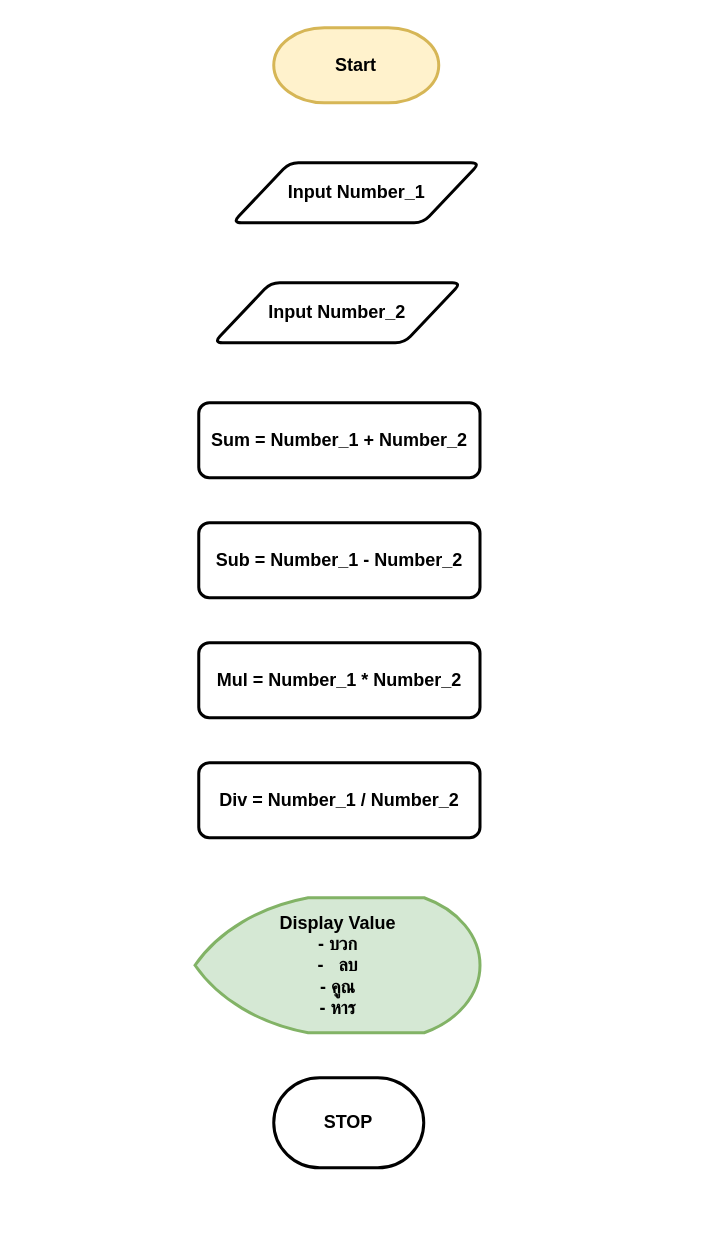
Earlier version of the draw.io diagram ผลรวม.drawio (inherthz/LearningByDoing). Source tidied: cells renumbered, new cells numbered last; positions are measured from the earlier drawing's top-left corner, leaving out a move shared by most shapes. Both pictures are drawn from the tidied source at 150%, with x=0, y=0 at pixel (195, 27).
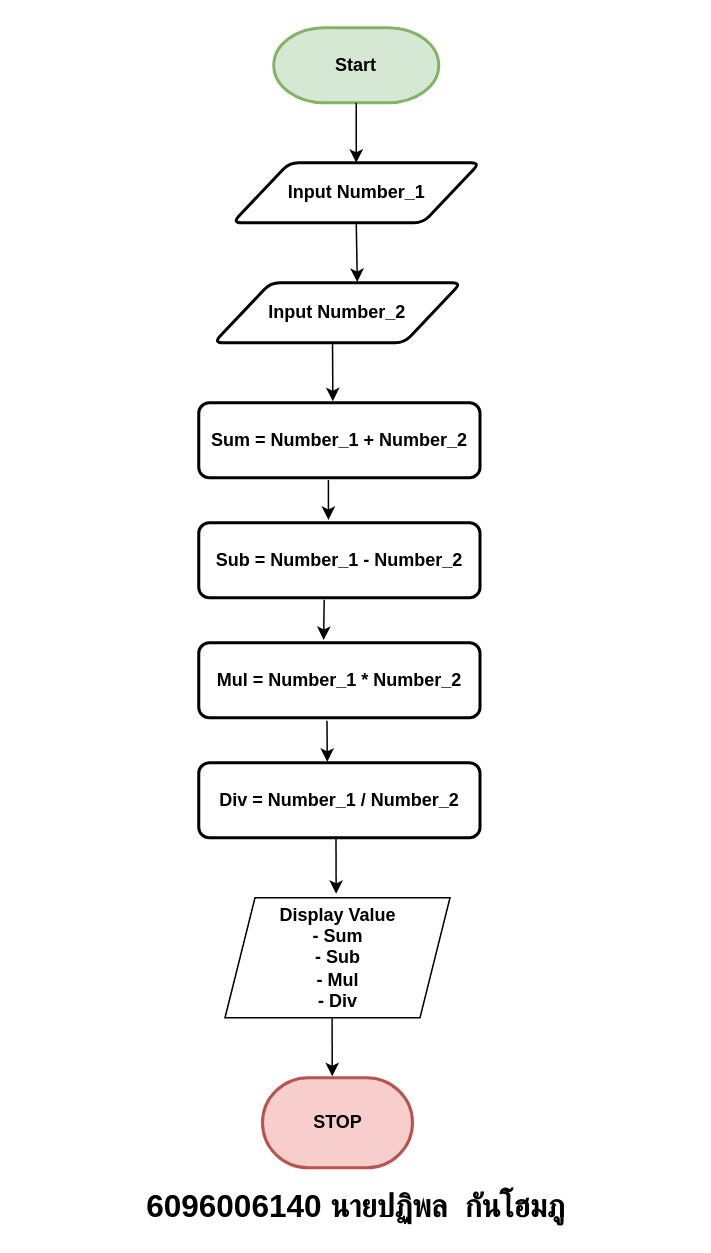
The same diagram, later.

Unchanged cells that the change refers to:
```xml
<mxCell id="3" value="Input Number_1" style="shape=parallelogram;html=1;strokeWidth=2;perimeter=parallelogramPerimeter;whiteSpace=wrap;rounded=1;arcSize=12;size=0.23;fontStyle=1;" parent="1" vertex="1">
  <mxGeometry x="24.5" y="90" width="165" height="40" as="geometry" />
</mxCell>
<mxCell id="4" value="Input Number_2" style="shape=parallelogram;html=1;strokeWidth=2;perimeter=parallelogramPerimeter;whiteSpace=wrap;rounded=1;arcSize=12;size=0.23;fontStyle=1;" parent="1" vertex="1">
  <mxGeometry x="12" y="170" width="165" height="40" as="geometry" />
</mxCell>
<mxCell id="5" value="Sum = Number_1 + Number_2" style="rounded=1;whiteSpace=wrap;html=1;absoluteArcSize=1;arcSize=14;strokeWidth=2;fontStyle=1;" parent="1" vertex="1">
  <mxGeometry x="2" y="250" width="187.5" height="50" as="geometry" />
</mxCell>
<mxCell id="6" value="Sub = Number_1 - Number_2" style="rounded=1;whiteSpace=wrap;html=1;absoluteArcSize=1;arcSize=14;strokeWidth=2;fontStyle=1;" parent="1" vertex="1">
  <mxGeometry x="2" y="330" width="187.5" height="50" as="geometry" />
</mxCell>
<mxCell id="7" value="Mul = Number_1 * Number_2" style="rounded=1;whiteSpace=wrap;html=1;absoluteArcSize=1;arcSize=14;strokeWidth=2;fontStyle=1;" parent="1" vertex="1">
  <mxGeometry x="2" y="410" width="187.5" height="50" as="geometry" />
</mxCell>
<mxCell id="8" value="Div = Number_1 / Number_2" style="rounded=1;whiteSpace=wrap;html=1;absoluteArcSize=1;arcSize=14;strokeWidth=2;fontStyle=1;" parent="1" vertex="1">
  <mxGeometry x="2" y="490" width="187.5" height="50" as="geometry" />
</mxCell>
```

What changed in the source:
```diff
@@
-    <mxCell id="2" value="Start" style="strokeWidth=2;html=1;shape=mxgraph.flowchart.terminator;whiteSpace=wrap;fontStyle=1;fillColor=#fff2cc;strokeColor=#d6b656;" parent="1" vertex="1">
+    <mxCell id="2" value="Start" style="strokeWidth=2;html=1;shape=mxgraph.flowchart.terminator;whiteSpace=wrap;fontStyle=1;fillColor=#d5e8d4;strokeColor=#82b366;" parent="1" vertex="1">
       <mxGeometry x="52" width="110" height="50" as="geometry" />
     </mxCell>
@@
-    <mxCell id="9" value="Display Value&lt;br&gt;- บวก&lt;br&gt;-&amp;nbsp; &amp;nbsp;ลบ&lt;br&gt;- คูณ&lt;br&gt;- หาร" style="strokeWidth=2;html=1;shape=mxgraph.flowchart.display;whiteSpace=wrap;fontStyle=1;fillColor=#d5e8d4;strokeColor=#82b366;" parent="1" vertex="1">
-      <mxGeometry x="-0.5" y="580" width="190" height="90" as="geometry" />
-    </mxCell>
-    <mxCell id="10" value="STOP" style="strokeWidth=2;html=1;shape=mxgraph.flowchart.terminator;whiteSpace=wrap;fontStyle=1;" parent="1" vertex="1">
-      <mxGeometry x="52" y="700" width="100" height="60" as="geometry" />
+    <mxCell id="10" value="STOP" style="strokeWidth=2;html=1;shape=mxgraph.flowchart.terminator;whiteSpace=wrap;fontStyle=1;fillColor=#f8cecc;strokeColor=#b85450;" parent="1" vertex="1">
+      <mxGeometry x="44.5" y="700" width="100" height="60" as="geometry" />
     </mxCell>
+    <mxCell id="11" style="endArrow=classic;html=1;rounded=0;exitX=0.5;exitY=1;exitDx=0;exitDy=0;exitPerimeter=0;entryX=0.5;entryY=0;entryDx=0;entryDy=0;" parent="1" edge="1" source="2" target="3">
+      <mxGeometry relative="1" as="geometry" />
+    </mxCell>
+    <mxCell id="12" style="endArrow=classic;html=1;rounded=0;exitX=0.5;exitY=1;exitDx=0;exitDy=0;entryX=0.58;entryY=-0.013;entryDx=0;entryDy=0;entryPerimeter=0;" parent="1" edge="1" source="3" target="4">
+      <mxGeometry relative="1" as="geometry" />
+    </mxCell>
+    <mxCell id="13" style="endArrow=classic;html=1;rounded=0;entryX=0.477;entryY=-0.08;entryDx=0;entryDy=0;entryPerimeter=0;exitX=0.48;exitY=1.018;exitDx=0;exitDy=0;exitPerimeter=0;" parent="1" edge="1" source="4">
+      <mxGeometry relative="1" as="geometry">
+        <mxPoint x="91.4" y="249" as="targetPoint" />
+      </mxGeometry>
+    </mxCell>
+    <mxCell id="14" style="endArrow=classic;html=1;rounded=0;entryX=0.461;entryY=-0.038;entryDx=0;entryDy=0;entryPerimeter=0;exitX=0.461;exitY=1.031;exitDx=0;exitDy=0;exitPerimeter=0;" parent="1" edge="1" source="5" target="6">
+      <mxGeometry relative="1" as="geometry" />
+    </mxCell>
+    <mxCell id="15" style="endArrow=classic;html=1;rounded=0;entryX=0.444;entryY=-0.036;entryDx=0;entryDy=0;entryPerimeter=0;exitX=0.446;exitY=1.028;exitDx=0;exitDy=0;exitPerimeter=0;" parent="1" edge="1" source="6" target="7">
+      <mxGeometry relative="1" as="geometry" />
+    </mxCell>
+    <mxCell id="16" style="endArrow=classic;html=1;rounded=0;entryX=0.457;entryY=-0.013;entryDx=0;entryDy=0;entryPerimeter=0;exitX=0.456;exitY=1.039;exitDx=0;exitDy=0;exitPerimeter=0;" parent="1" edge="1" source="7" target="8">
+      <mxGeometry relative="1" as="geometry" />
+    </mxCell>
+    <mxCell id="17" style="endArrow=classic;html=1;rounded=0;entryX=0.495;entryY=-0.029;entryDx=0;entryDy=0;entryPerimeter=0;exitX=0.488;exitY=1.003;exitDx=0;exitDy=0;exitPerimeter=0;" parent="1" edge="1" source="8">
+      <mxGeometry relative="1" as="geometry">
+        <mxPoint x="93.6" y="577.4" as="targetPoint" />
+      </mxGeometry>
+    </mxCell>
+    <mxCell id="18" style="endArrow=classic;html=1;rounded=0;exitX=0.476;exitY=1.005;exitDx=0;exitDy=0;exitPerimeter=0;" parent="1" edge="1" source="19">
+      <mxGeometry relative="1" as="geometry">
+        <mxPoint x="91" y="699" as="targetPoint" />
+      </mxGeometry>
+    </mxCell>
+    <mxCell id="19" value="&lt;b&gt;Display Value&lt;br style=&quot;border-color: var(--border-color);&quot;&gt;- Sum&lt;br style=&quot;border-color: var(--border-color);&quot;&gt;- Sub&lt;br style=&quot;border-color: var(--border-color);&quot;&gt;- Mul&lt;br style=&quot;border-color: var(--border-color);&quot;&gt;- Div&lt;/b&gt;" style="shape=parallelogram;perimeter=parallelogramPerimeter;whiteSpace=wrap;html=1;fixedSize=1;" parent="1" vertex="1">
+      <mxGeometry x="19.5" y="580" width="150" height="80" as="geometry" />
+    </mxCell>
+    <mxCell id="20" value="&lt;b&gt;&lt;font style=&quot;font-size: 21px;&quot;&gt;6096006140 นายปฏิพล&amp;nbsp; กันโฮมภู&lt;/font&gt;&lt;/b&gt;" style="text;strokeColor=none;align=center;fillColor=none;html=1;verticalAlign=middle;whiteSpace=wrap;rounded=0;" parent="1" vertex="1">
+      <mxGeometry x="-113" y="770" width="440" height="30" as="geometry" />
+    </mxCell>
```
